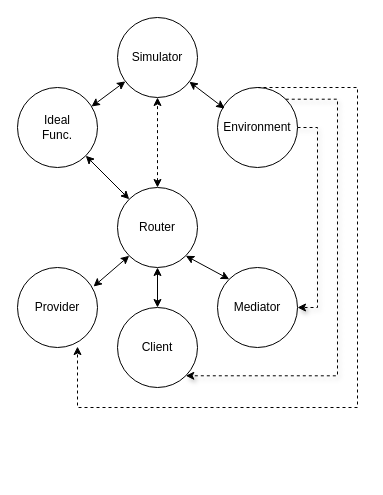
titosilva/drmchain-pos keeps this draw.io diagram as docs/diagrams/hybrid-model.drawio. Above is the earlier version. Source tidied: cells renumbered, new cells numbered last; positions are measured from the earlier drawing's top-left corner, leaving out a move shared by most shapes. Both pictures are drawn from the tidied source at 100%, with x=0, y=0 at pixel (17, 17).
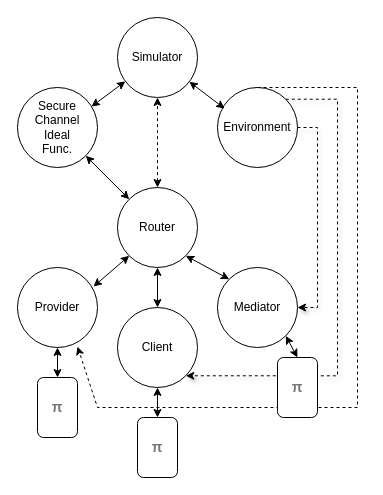
Above is the later version.

Unchanged cells that the change refers to:
```xml
<mxCell id="2" value="Provider" style="ellipse;whiteSpace=wrap;html=1;" parent="1" vertex="1">
  <mxGeometry y="250" width="80" height="80" as="geometry" />
</mxCell>
<mxCell id="4" value="Client" style="ellipse;whiteSpace=wrap;html=1;" parent="1" vertex="1">
  <mxGeometry x="100" y="290" width="80" height="80" as="geometry" />
</mxCell>
<mxCell id="8" value="Mediator" style="ellipse;whiteSpace=wrap;html=1;" parent="1" vertex="1">
  <mxGeometry x="200" y="250" width="80" height="80" as="geometry" />
</mxCell>
<mxCell id="13" value="Environment" style="ellipse;whiteSpace=wrap;html=1;" parent="1" vertex="1">
  <mxGeometry x="200" y="70" width="80" height="80" as="geometry" />
</mxCell>
```

What changed in the source:
```diff
@@
+    <mxCell id="19" style="edgeStyle=orthogonalEdgeStyle;rounded=0;jettySize=auto;html=1;exitX=0.5;exitY=1;exitDx=0;exitDy=0;entryX=0.5;entryY=0;entryDx=0;entryDy=0;startArrow=classic;startFill=1;" parent="1" edge="1" source="2" target="22">
+      <mxGeometry relative="1" as="geometry" />
+    </mxCell>
@@
+    <mxCell id="20" style="rounded=0;jettySize=auto;html=1;exitX=0.5;exitY=1;exitDx=0;exitDy=0;entryX=0.5;entryY=0;entryDx=0;entryDy=0;startArrow=classic;startFill=1;" parent="1" edge="1" source="4" target="23">
+      <mxGeometry relative="1" as="geometry" />
+    </mxCell>
@@
+    <mxCell id="21" style="rounded=0;jettySize=auto;html=1;exitX=1;exitY=1;exitDx=0;exitDy=0;entryX=0.5;entryY=0;entryDx=0;entryDy=0;startArrow=classic;startFill=1;" parent="1" edge="1" source="8" target="24">
+      <mxGeometry relative="1" as="geometry" />
+    </mxCell>
@@
-    <mxCell id="10" value="Ideal&lt;br&gt;Func." style="ellipse;whiteSpace=wrap;html=1;" parent="1" vertex="1">
+    <mxCell id="10" value="Secure&lt;br&gt;Channel&lt;br&gt;Ideal&lt;br&gt;Func." style="ellipse;whiteSpace=wrap;html=1;" parent="1" vertex="1">
       <mxGeometry y="70" width="80" height="80" as="geometry" />
     </mxCell>
@@
     <mxCell id="18" style="endArrow=classic;startArrow=none;html=1;rounded=0;exitX=0.5;exitY=0;exitDx=0;exitDy=0;entryX=0.75;entryY=0.988;entryDx=0;entryDy=0;entryPerimeter=0;dashed=1;startFill=0;" parent="1" edge="1" source="13" target="2">
       <mxGeometry relative="1" as="geometry">
         <Array as="points">
           <mxPoint x="340" y="70" />
           <mxPoint x="340" y="250" />
           <mxPoint x="340" y="390" />
           <mxPoint x="200" y="390" />
-          <mxPoint x="60" y="390" />
+          <mxPoint x="80" y="390" />
         </Array>
       </mxGeometry>
     </mxCell>
+    <mxCell id="22" value="&lt;span style=&quot;font-weight: bold; color: rgb(118, 118, 118); font-family: Arial, sans-serif; font-size: 14px; text-align: left; background-color: rgb(255, 255, 255);&quot;&gt;π&lt;/span&gt;" style="rounded=1;whiteSpace=wrap;html=1;" parent="1" vertex="1">
+      <mxGeometry x="20" y="360" width="40" height="60" as="geometry" />
+    </mxCell>
+    <mxCell id="23" value="&lt;span style=&quot;font-weight: bold; color: rgb(118, 118, 118); font-family: Arial, sans-serif; font-size: 14px; text-align: left; background-color: rgb(255, 255, 255);&quot;&gt;π&lt;/span&gt;" style="rounded=1;whiteSpace=wrap;html=1;" parent="1" vertex="1">
+      <mxGeometry x="120" y="400" width="40" height="60" as="geometry" />
+    </mxCell>
+    <mxCell id="24" value="&lt;span style=&quot;font-weight: bold; color: rgb(118, 118, 118); font-family: Arial, sans-serif; font-size: 14px; text-align: left; background-color: rgb(255, 255, 255);&quot;&gt;π&lt;/span&gt;" style="rounded=1;whiteSpace=wrap;html=1;" parent="1" vertex="1">
+      <mxGeometry x="260" y="340" width="40" height="60" as="geometry" />
+    </mxCell>
```
